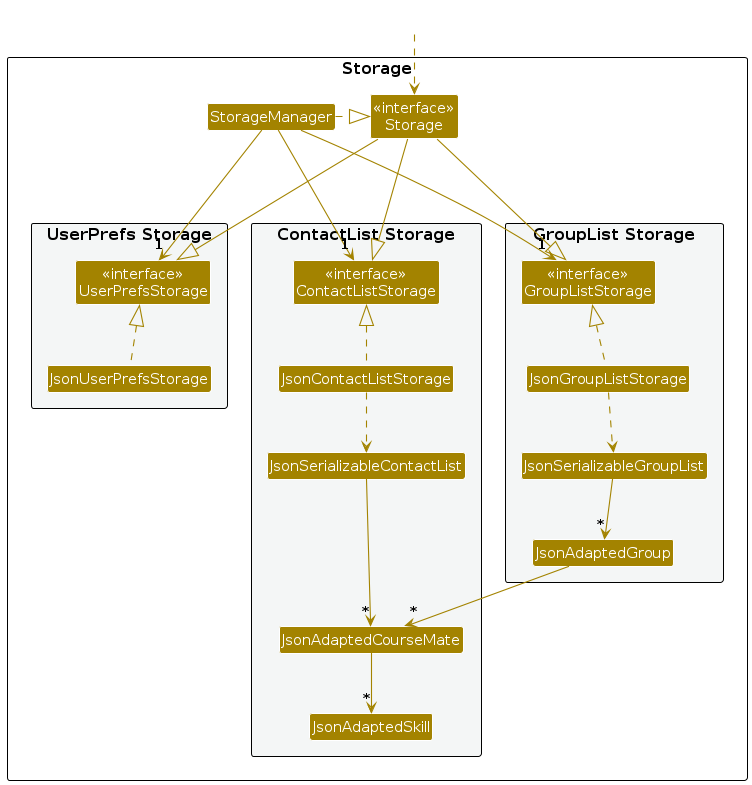
This is diagrams/StorageClassDiagram.png from benson1029/tp, a PlantUML export, as it was before one commit. Its source is kept beside it as diagrams/StorageClassDiagram.puml.
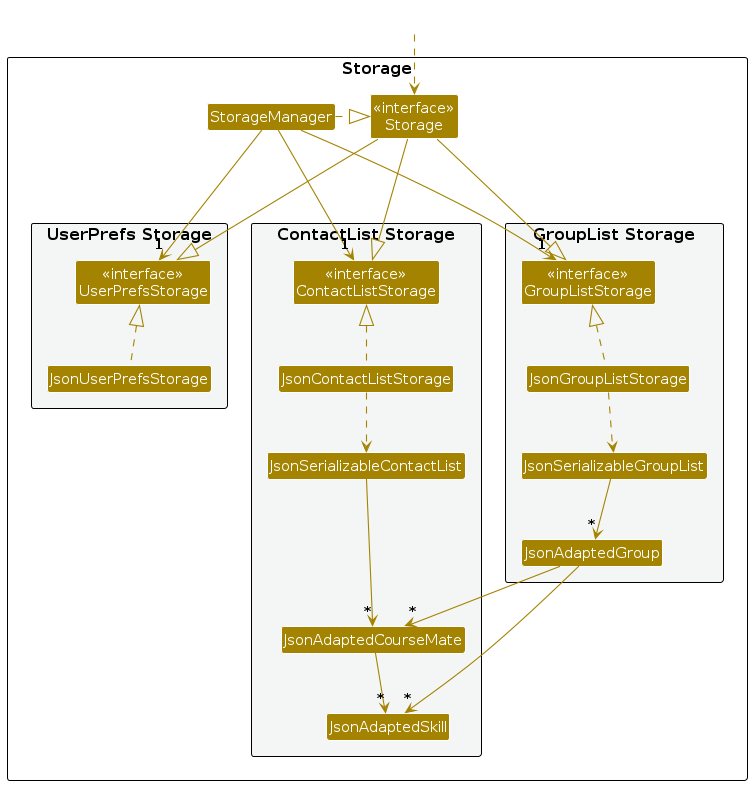
The same diagram one commit later.

Diff of the diagram source:
```diff
@@ -54,5 +54,6 @@
 JsonGroupListStorage ..> JsonSerializableGroupList
 JsonSerializableGroupList --> "*" JsonAdaptedGroup
 JsonAdaptedGroup --> "*" JsonAdaptedCourseMate
+JsonAdaptedGroup --> "*" JsonAdaptedSkill
 
 @enduml
```
